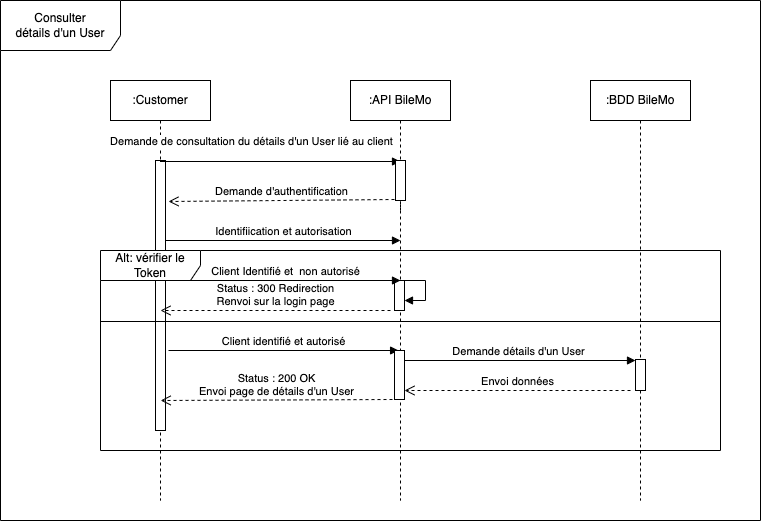
Above: _UML/D.sq_consultation_details_dun_user_BileMo.drawio.png in Fossette7/bilemo (draw.io), before the change. Source tidied: cells renumbered, new cells last; positions are measured from the earlier drawing's top-left corner, leaving out a move shared by most shapes. Source of this version:
```xml
<mxGraphModel>
  <root>
    <mxCell id="0" />
    <mxCell id="1" parent="0" />
    <mxCell id="2" value="Consulter&lt;br&gt;détails d'un User" style="shape=umlFrame;whiteSpace=wrap;html=1;width=120;height=50;" parent="1" vertex="1">
      <mxGeometry width="760" height="520" as="geometry" />
    </mxCell>
    <mxCell id="3" value=":Customer" style="shape=umlLifeline;perimeter=lifelinePerimeter;whiteSpace=wrap;html=1;" parent="1" vertex="1">
      <mxGeometry x="110" y="80" width="100" height="420" as="geometry" />
    </mxCell>
    <mxCell id="4" style="html=1;points=[];perimeter=orthogonalPerimeter;" parent="3" vertex="1">
      <mxGeometry x="45" y="80" width="10" height="270" as="geometry" />
    </mxCell>
    <mxCell id="5" value="Identifiication et autorisation" style="html=1;verticalAlign=bottom;endArrow=block;rounded=0;entryX=0;entryY=0.1;entryDx=0;entryDy=0;entryPerimeter=0;" parent="3" edge="1">
      <mxGeometry relative="1" as="geometry">
        <mxPoint x="55" y="160" as="sourcePoint" />
        <mxPoint x="290" y="160" as="targetPoint" />
      </mxGeometry>
    </mxCell>
    <mxCell id="6" value=":API BileMo" style="shape=umlLifeline;perimeter=lifelinePerimeter;whiteSpace=wrap;html=1;" parent="1" vertex="1">
      <mxGeometry x="350" y="80" width="100" height="420" as="geometry" />
    </mxCell>
    <mxCell id="7" value=":BDD BileMo" style="shape=umlLifeline;perimeter=lifelinePerimeter;whiteSpace=wrap;html=1;outlineConnect=0;" parent="1" vertex="1">
      <mxGeometry x="590" y="80" width="100" height="420" as="geometry" />
    </mxCell>
    <mxCell id="8" value="Demande de consultation du détails d'un User lié au client" style="html=1;verticalAlign=bottom;endArrow=block;rounded=0;" parent="1" edge="1">
      <mxGeometry x="-0.25" y="11" relative="1" as="geometry">
        <mxPoint x="159.5" y="161" as="sourcePoint" />
        <mxPoint x="400" y="161" as="targetPoint" />
      </mxGeometry>
    </mxCell>
    <mxCell id="9" style="html=1;points=[];perimeter=orthogonalPerimeter;" parent="1" vertex="1">
      <mxGeometry x="395" y="160" width="10" height="40" as="geometry" />
    </mxCell>
    <mxCell id="10" style="html=1;verticalAlign=bottom;endArrow=none;dashed=1;endSize=8;rounded=0;" parent="1" edge="1" target="9">
      <mxGeometry relative="1" as="geometry">
        <mxPoint x="400" y="210" as="sourcePoint" />
      </mxGeometry>
    </mxCell>
    <mxCell id="11" value="Demande d'authentification" style="html=1;verticalAlign=bottom;endArrow=open;dashed=1;endSize=8;rounded=0;entryX=0.9;entryY=0.46;entryDx=0;entryDy=0;entryPerimeter=0;" parent="1" edge="1">
      <mxGeometry relative="1" as="geometry">
        <mxPoint x="394" y="199" as="sourcePoint" />
        <mxPoint x="168" y="201" as="targetPoint" />
      </mxGeometry>
    </mxCell>
    <mxCell id="12" value="Alt: vérifier le Token" style="shape=umlFrame;whiteSpace=wrap;html=1;width=100;height=30;" parent="1" vertex="1">
      <mxGeometry x="100" y="250" width="620" height="200" as="geometry" />
    </mxCell>
    <mxCell id="13" style="html=1;points=[];perimeter=orthogonalPerimeter;" parent="1" vertex="1">
      <mxGeometry x="635" y="359" width="10" height="31" as="geometry" />
    </mxCell>
    <mxCell id="14" style="html=1;points=[];perimeter=orthogonalPerimeter;" parent="1" vertex="1">
      <mxGeometry x="394" y="280" width="10" height="30" as="geometry" />
    </mxCell>
    <mxCell id="15" style="edgeStyle=orthogonalEdgeStyle;html=1;align=left;spacingLeft=2;endArrow=block;rounded=0;entryX=1;entryY=0;" parent="1" edge="1">
      <mxGeometry relative="1" as="geometry">
        <mxPoint x="404" y="280" as="sourcePoint" />
        <mxPoint x="404" y="300" as="targetPoint" />
        <Array as="points">
          <mxPoint x="425" y="280" />
          <mxPoint x="425" y="300" />
        </Array>
      </mxGeometry>
    </mxCell>
    <mxCell id="16" value="Client Identifié et&amp;nbsp; non autorisé" style="html=1;verticalAlign=bottom;endArrow=block;rounded=0;entryX=0.6;entryY=0;entryDx=0;entryDy=0;entryPerimeter=0;" parent="1" edge="1" target="14">
      <mxGeometry relative="1" as="geometry">
        <mxPoint x="170" y="280" as="sourcePoint" />
      </mxGeometry>
    </mxCell>
    <mxCell id="17" value="Status : 300 Redirection&lt;br&gt;Renvoi sur la login page" style="html=1;verticalAlign=bottom;endArrow=open;dashed=1;endSize=8;rounded=0;" parent="1" edge="1">
      <mxGeometry relative="1" as="geometry">
        <mxPoint x="390" y="310" as="sourcePoint" />
        <mxPoint x="160" y="310" as="targetPoint" />
      </mxGeometry>
    </mxCell>
    <mxCell id="18" style="line;strokeWidth=1;fillColor=none;align=left;verticalAlign=middle;spacingTop=-1;spacingLeft=3;spacingRight=3;labelPosition=right;" parent="1" vertex="1">
      <mxGeometry x="100" y="317" width="620" height="8" as="geometry" />
    </mxCell>
    <mxCell id="19" value="Client identifié et autorisé" style="html=1;verticalAlign=bottom;endArrow=block;rounded=0;entryX=0.484;entryY=0.5;entryDx=0;entryDy=0;entryPerimeter=0;" parent="1" edge="1">
      <mxGeometry relative="1" as="geometry">
        <mxPoint x="168" y="350" as="sourcePoint" />
        <mxPoint x="398.1" y="350" as="targetPoint" />
      </mxGeometry>
    </mxCell>
    <mxCell id="20" value="Demande détails d'un User" style="html=1;verticalAlign=bottom;endArrow=block;rounded=0;" parent="1" edge="1" target="13">
      <mxGeometry relative="1" as="geometry">
        <mxPoint x="400" y="360" as="sourcePoint" />
      </mxGeometry>
    </mxCell>
    <mxCell id="21" value="Envoi données" style="html=1;verticalAlign=bottom;endArrow=open;dashed=1;endSize=8;rounded=0;" parent="1" edge="1" target="22">
      <mxGeometry relative="1" as="geometry">
        <mxPoint x="630" y="390" as="sourcePoint" />
      </mxGeometry>
    </mxCell>
    <mxCell id="22" style="html=1;points=[];perimeter=orthogonalPerimeter;" parent="1" vertex="1">
      <mxGeometry x="394" y="350" width="10" height="49" as="geometry" />
    </mxCell>
    <mxCell id="23" value="Status : 200 OK&lt;br&gt;Envoi page de détails d'un User" style="html=1;verticalAlign=bottom;endArrow=open;dashed=1;endSize=8;rounded=0;entryX=0.097;entryY=0.75;entryDx=0;entryDy=0;entryPerimeter=0;" parent="1" edge="1" target="12">
      <mxGeometry relative="1" as="geometry">
        <mxPoint x="392" y="399" as="sourcePoint" />
      </mxGeometry>
    </mxCell>
  </root>
</mxGraphModel>
```
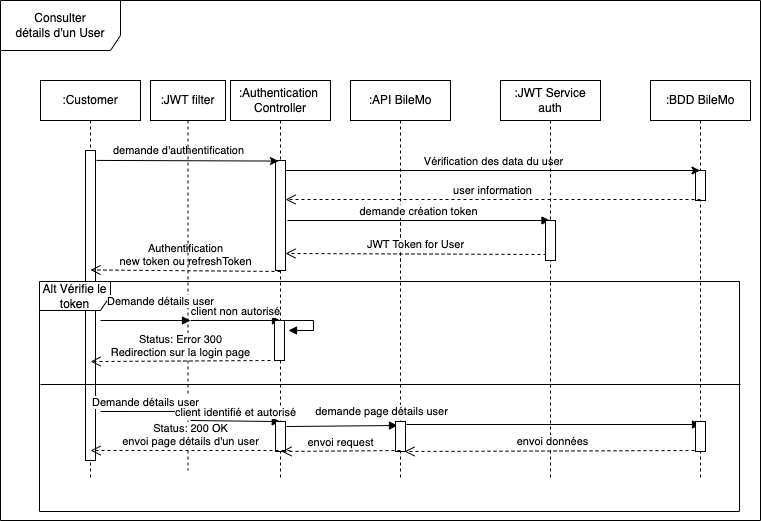
Above is the later version.

What changed in the source:
```diff
@@ -6,99 +6,158 @@
       <mxGeometry width="760" height="520" as="geometry" />
     </mxCell>
     <mxCell id="3" value=":Customer" style="shape=umlLifeline;perimeter=lifelinePerimeter;whiteSpace=wrap;html=1;" parent="1" vertex="1">
-      <mxGeometry x="110" y="80" width="100" height="420" as="geometry" />
+      <mxGeometry x="40" y="80" width="100" height="400" as="geometry" />
     </mxCell>
     <mxCell id="4" style="html=1;points=[];perimeter=orthogonalPerimeter;" parent="3" vertex="1">
-      <mxGeometry x="45" y="80" width="10" height="270" as="geometry" />
+      <mxGeometry x="45" y="70" width="10" height="310" as="geometry" />
     </mxCell>
-    <mxCell id="5" value="Identifiication et autorisation" style="html=1;verticalAlign=bottom;endArrow=block;rounded=0;entryX=0;entryY=0.1;entryDx=0;entryDy=0;entryPerimeter=0;" parent="3" edge="1">
-      <mxGeometry relative="1" as="geometry">
-        <mxPoint x="55" y="160" as="sourcePoint" />
-        <mxPoint x="290" y="160" as="targetPoint" />
-      </mxGeometry>
-    </mxCell>
     <mxCell id="6" value=":API BileMo" style="shape=umlLifeline;perimeter=lifelinePerimeter;whiteSpace=wrap;html=1;" parent="1" vertex="1">
-      <mxGeometry x="350" y="80" width="100" height="420" as="geometry" />
+      <mxGeometry x="350" y="80" width="100" height="400" as="geometry" />
     </mxCell>
     <mxCell id="7" value=":BDD BileMo" style="shape=umlLifeline;perimeter=lifelinePerimeter;whiteSpace=wrap;html=1;outlineConnect=0;" parent="1" vertex="1">
-      <mxGeometry x="590" y="80" width="100" height="420" as="geometry" />
+      <mxGeometry x="650" y="80" width="100" height="400" as="geometry" />
     </mxCell>
-    <mxCell id="8" value="Demande de consultation du détails d'un User lié au client" style="html=1;verticalAlign=bottom;endArrow=block;rounded=0;" parent="1" edge="1">
-      <mxGeometry x="-0.25" y="11" relative="1" as="geometry">
-        <mxPoint x="159.5" y="161" as="sourcePoint" />
-        <mxPoint x="400" y="161" as="targetPoint" />
-      </mxGeometry>
-    </mxCell>
-    <mxCell id="9" style="html=1;points=[];perimeter=orthogonalPerimeter;" parent="1" vertex="1">
-      <mxGeometry x="395" y="160" width="10" height="40" as="geometry" />
-    </mxCell>
+    <mxCell id="24" style="html=1;perimeter=orthogonalPerimeter;" parent="7" vertex="1">
+      <mxGeometry x="45" y="90" width="10" height="30" as="geometry" />
+    </mxCell>
-    <mxCell id="10" style="html=1;verticalAlign=bottom;endArrow=none;dashed=1;endSize=8;rounded=0;" parent="1" edge="1" target="9">
+    <mxCell id="10" style="html=1;verticalAlign=bottom;endArrow=none;dashed=1;endSize=8;rounded=0;" parent="1" edge="1">
       <mxGeometry relative="1" as="geometry">
         <mxPoint x="400" y="210" as="sourcePoint" />
+        <mxPoint x="400" y="270" as="targetPoint" />
       </mxGeometry>
     </mxCell>
-    <mxCell id="11" value="Demande d'authentification" style="html=1;verticalAlign=bottom;endArrow=open;dashed=1;endSize=8;rounded=0;entryX=0.9;entryY=0.46;entryDx=0;entryDy=0;entryPerimeter=0;" parent="1" edge="1">
-      <mxGeometry relative="1" as="geometry">
-        <mxPoint x="394" y="199" as="sourcePoint" />
-        <mxPoint x="168" y="201" as="targetPoint" />
-      </mxGeometry>
-    </mxCell>
-    <mxCell id="12" value="Alt: vérifier le Token" style="shape=umlFrame;whiteSpace=wrap;html=1;width=100;height=30;" parent="1" vertex="1">
-      <mxGeometry x="100" y="250" width="620" height="200" as="geometry" />
-    </mxCell>
-    <mxCell id="13" style="html=1;points=[];perimeter=orthogonalPerimeter;" parent="1" vertex="1">
-      <mxGeometry x="635" y="359" width="10" height="31" as="geometry" />
-    </mxCell>
-    <mxCell id="14" style="html=1;points=[];perimeter=orthogonalPerimeter;" parent="1" vertex="1">
-      <mxGeometry x="394" y="280" width="10" height="30" as="geometry" />
-    </mxCell>
-    <mxCell id="15" style="edgeStyle=orthogonalEdgeStyle;html=1;align=left;spacingLeft=2;endArrow=block;rounded=0;entryX=1;entryY=0;" parent="1" edge="1">
-      <mxGeometry relative="1" as="geometry">
-        <mxPoint x="404" y="280" as="sourcePoint" />
-        <mxPoint x="404" y="300" as="targetPoint" />
-        <Array as="points">
-          <mxPoint x="425" y="280" />
-          <mxPoint x="425" y="300" />
-        </Array>
-      </mxGeometry>
-    </mxCell>
-    <mxCell id="16" value="Client Identifié et&amp;nbsp; non autorisé" style="html=1;verticalAlign=bottom;endArrow=block;rounded=0;entryX=0.6;entryY=0;entryDx=0;entryDy=0;entryPerimeter=0;" parent="1" edge="1" target="14">
-      <mxGeometry relative="1" as="geometry">
-        <mxPoint x="170" y="280" as="sourcePoint" />
-      </mxGeometry>
-    </mxCell>
-    <mxCell id="17" value="Status : 300 Redirection&lt;br&gt;Renvoi sur la login page" style="html=1;verticalAlign=bottom;endArrow=open;dashed=1;endSize=8;rounded=0;" parent="1" edge="1">
-      <mxGeometry relative="1" as="geometry">
-        <mxPoint x="390" y="310" as="sourcePoint" />
-        <mxPoint x="160" y="310" as="targetPoint" />
-      </mxGeometry>
-    </mxCell>
-    <mxCell id="18" style="line;strokeWidth=1;fillColor=none;align=left;verticalAlign=middle;spacingTop=-1;spacingLeft=3;spacingRight=3;labelPosition=right;" parent="1" vertex="1">
-      <mxGeometry x="100" y="317" width="620" height="8" as="geometry" />
-    </mxCell>
-    <mxCell id="19" value="Client identifié et autorisé" style="html=1;verticalAlign=bottom;endArrow=block;rounded=0;entryX=0.484;entryY=0.5;entryDx=0;entryDy=0;entryPerimeter=0;" parent="1" edge="1">
-      <mxGeometry relative="1" as="geometry">
-        <mxPoint x="168" y="350" as="sourcePoint" />
-        <mxPoint x="398.1" y="350" as="targetPoint" />
-      </mxGeometry>
-    </mxCell>
-    <mxCell id="20" value="Demande détails d'un User" style="html=1;verticalAlign=bottom;endArrow=block;rounded=0;" parent="1" edge="1" target="13">
-      <mxGeometry relative="1" as="geometry">
-        <mxPoint x="400" y="360" as="sourcePoint" />
-      </mxGeometry>
-    </mxCell>
-    <mxCell id="21" value="Envoi données" style="html=1;verticalAlign=bottom;endArrow=open;dashed=1;endSize=8;rounded=0;" parent="1" edge="1" target="22">
-      <mxGeometry relative="1" as="geometry">
-        <mxPoint x="630" y="390" as="sourcePoint" />
-      </mxGeometry>
-    </mxCell>
-    <mxCell id="22" style="html=1;points=[];perimeter=orthogonalPerimeter;" parent="1" vertex="1">
-      <mxGeometry x="394" y="350" width="10" height="49" as="geometry" />
-    </mxCell>
-    <mxCell id="23" value="Status : 200 OK&lt;br&gt;Envoi page de détails d'un User" style="html=1;verticalAlign=bottom;endArrow=open;dashed=1;endSize=8;rounded=0;entryX=0.097;entryY=0.75;entryDx=0;entryDy=0;entryPerimeter=0;" parent="1" edge="1" target="12">
-      <mxGeometry relative="1" as="geometry">
-        <mxPoint x="392" y="399" as="sourcePoint" />
-      </mxGeometry>
-    </mxCell>
+    <mxCell id="25" value=":Authentication&amp;nbsp;&lt;br&gt;Controller" style="shape=umlLifeline;perimeter=lifelinePerimeter;whiteSpace=wrap;html=1;" parent="1" vertex="1">
+      <mxGeometry x="230" y="80" width="100" height="400" as="geometry" />
+    </mxCell>
+    <mxCell id="26" style="html=1;points=[];perimeter=orthogonalPerimeter;" parent="25" vertex="1">
+      <mxGeometry x="45" y="80" width="10" height="110" as="geometry" />
+    </mxCell>
+    <mxCell id="27" style="endArrow=classic;html=1;rounded=0;" parent="25" edge="1" target="7">
+      <mxGeometry relative="1" as="geometry">
+        <mxPoint x="55" y="90" as="sourcePoint" />
+      </mxGeometry>
+    </mxCell>
+    <mxCell id="28" value="Vérification des data du user" style="edgeLabel;html=1;align=center;verticalAlign=middle;" parent="27" vertex="1">
+      <mxGeometry relative="1" as="geometry">
+        <mxPoint y="-10" as="offset" />
+      </mxGeometry>
+    </mxCell>
+    <mxCell id="29" value="demande création token" style="html=1;verticalAlign=bottom;endArrow=block;rounded=0;" parent="25" edge="1" target="31">
+      <mxGeometry relative="1" as="geometry">
+        <mxPoint x="57" y="140" as="sourcePoint" />
+      </mxGeometry>
+    </mxCell>
+    <mxCell id="30" value="JWT Token for User" style="html=1;verticalAlign=bottom;endArrow=open;dashed=1;endSize=8;rounded=0;exitX=0.1;exitY=0.85;exitDx=0;exitDy=0;exitPerimeter=0;" parent="25" edge="1" source="32">
+      <mxGeometry relative="1" as="geometry">
+        <mxPoint x="55" y="173" as="targetPoint" />
+      </mxGeometry>
+    </mxCell>
+    <mxCell id="31" value=":JWT Service&lt;br&gt;auth" style="shape=umlLifeline;perimeter=lifelinePerimeter;whiteSpace=wrap;html=1;outlineConnect=0;" parent="1" vertex="1">
+      <mxGeometry x="500" y="80" width="100" height="400" as="geometry" />
+    </mxCell>
+    <mxCell id="32" style="html=1;points=[];perimeter=orthogonalPerimeter;" parent="31" vertex="1">
+      <mxGeometry x="45" y="140" width="10" height="40" as="geometry" />
+    </mxCell>
+    <mxCell id="33" style="endArrow=classic;html=1;rounded=0;entryX=0.3;entryY=0.005;entryDx=0;entryDy=0;entryPerimeter=0;exitX=1.1;exitY=0.032;exitDx=0;exitDy=0;exitPerimeter=0;" parent="1" edge="1" source="4" target="26">
+      <mxGeometry relative="1" as="geometry" />
+    </mxCell>
+    <mxCell id="34" value="demande d'authentification" style="edgeLabel;html=1;align=center;verticalAlign=middle;" parent="33" vertex="1">
+      <mxGeometry x="-0.2" y="-3" relative="1" as="geometry">
+        <mxPoint x="9" y="-14" as="offset" />
+      </mxGeometry>
+    </mxCell>
+    <mxCell id="35" value="user information" style="html=1;verticalAlign=bottom;endArrow=open;dashed=1;endSize=8;rounded=0;" parent="1" edge="1" target="26">
+      <mxGeometry relative="1" as="geometry">
+        <mxPoint x="700" y="199" as="sourcePoint" />
+      </mxGeometry>
+    </mxCell>
+    <mxCell id="36" value="Authentification&lt;br&gt;new token ou refreshToken" style="html=1;verticalAlign=bottom;endArrow=open;dashed=1;endSize=8;rounded=0;entryX=0.9;entryY=0.576;entryDx=0;entryDy=0;entryPerimeter=0;exitX=0.5;exitY=1.009;exitDx=0;exitDy=0;exitPerimeter=0;" parent="1" edge="1" source="26">
+      <mxGeometry relative="1" as="geometry">
+        <mxPoint x="90" y="269.4" as="targetPoint" />
+      </mxGeometry>
+    </mxCell>
+    <mxCell id="37" value=":JWT filter" style="shape=umlLifeline;perimeter=lifelinePerimeter;whiteSpace=wrap;html=1;" parent="1" vertex="1">
+      <mxGeometry x="150" y="80" width="75" height="390" as="geometry" />
+    </mxCell>
+    <mxCell id="38" value="Alt Vérifie le token" style="shape=umlFrame;whiteSpace=wrap;html=1;width=71;height=29;" parent="1" vertex="1">
+      <mxGeometry x="39" y="281" width="700" height="230" as="geometry" />
+    </mxCell>
+    <mxCell id="39" value="Demande détails user" style="html=1;verticalAlign=bottom;endArrow=block;rounded=0;" parent="1" edge="1">
+      <mxGeometry x="0.33" y="10" relative="1" as="geometry">
+        <mxPoint x="100" y="320" as="sourcePoint" />
+        <mxPoint x="190" y="320" as="targetPoint" />
+      </mxGeometry>
+    </mxCell>
+    <mxCell id="40" value="client non autorisé" style="html=1;verticalAlign=bottom;endArrow=block;rounded=0;" parent="1" edge="1">
+      <mxGeometry relative="1" as="geometry">
+        <mxPoint x="190" y="320" as="sourcePoint" />
+        <mxPoint x="280" y="320" as="targetPoint" />
+      </mxGeometry>
+    </mxCell>
+    <mxCell id="41" style="html=1;perimeter=orthogonalPerimeter;" parent="1" vertex="1">
+      <mxGeometry x="274" y="320" width="10" height="40" as="geometry" />
+    </mxCell>
+    <mxCell id="42" style="edgeStyle=orthogonalEdgeStyle;html=1;align=left;spacingLeft=2;endArrow=block;rounded=0;entryX=1;entryY=0;" parent="1" edge="1">
+      <mxGeometry relative="1" as="geometry">
+        <mxPoint x="283" y="320" as="sourcePoint" />
+        <mxPoint x="288" y="330" as="targetPoint" />
+        <Array as="points">
+          <mxPoint x="313" y="320" />
+        </Array>
+      </mxGeometry>
+    </mxCell>
+    <mxCell id="43" value="Status: Error 300&lt;br&gt;Redirection sur la login page" style="html=1;verticalAlign=bottom;endArrow=open;dashed=1;endSize=8;rounded=0;entryX=0.073;entryY=0.348;entryDx=0;entryDy=0;entryPerimeter=0;" parent="1" edge="1" target="38">
+      <mxGeometry relative="1" as="geometry">
+        <mxPoint x="270" y="360" as="sourcePoint" />
+      </mxGeometry>
+    </mxCell>
+    <mxCell id="44" style="line;strokeWidth=1;fillColor=none;align=left;verticalAlign=middle;spacingTop=-1;spacingLeft=3;spacingRight=3;labelPosition=right;" parent="1" vertex="1">
+      <mxGeometry x="40" y="380" width="700" height="8" as="geometry" />
+    </mxCell>
+    <mxCell id="45" value="Demande détails user" style="html=1;verticalAlign=bottom;endArrow=block;rounded=0;entryX=0.216;entryY=0.565;entryDx=0;entryDy=0;entryPerimeter=0;" parent="1" edge="1" target="38">
+      <mxGeometry relative="1" as="geometry">
+        <mxPoint x="100" y="411" as="sourcePoint" />
+      </mxGeometry>
+    </mxCell>
+    <mxCell id="46" value="client identifié et autorisé" style="html=1;verticalAlign=bottom;endArrow=block;rounded=0;entryX=0.344;entryY=0.609;entryDx=0;entryDy=0;entryPerimeter=0;" parent="1" edge="1" target="38">
+      <mxGeometry relative="1" as="geometry">
+        <mxPoint x="190" y="420" as="sourcePoint" />
+      </mxGeometry>
+    </mxCell>
+    <mxCell id="47" style="html=1;points=[];perimeter=orthogonalPerimeter;" parent="1" vertex="1">
+      <mxGeometry x="275" y="421" width="10" height="30" as="geometry" />
+    </mxCell>
+    <mxCell id="48" value="demande page détails user" style="html=1;verticalAlign=bottom;endArrow=block;rounded=0;exitX=1.1;exitY=0.167;exitDx=0;exitDy=0;exitPerimeter=0;" parent="1" edge="1" source="47">
+      <mxGeometry x="0.7" y="5" relative="1" as="geometry">
+        <mxPoint x="397" y="425" as="targetPoint" />
+      </mxGeometry>
+    </mxCell>
+    <mxCell id="49" style="html=1;points=[];perimeter=orthogonalPerimeter;" parent="1" vertex="1">
+      <mxGeometry x="395" y="421" width="10" height="30" as="geometry" />
+    </mxCell>
+    <mxCell id="50" value="envoi request" style="html=1;verticalAlign=bottom;endArrow=open;dashed=1;endSize=8;rounded=0;entryX=0.6;entryY=1;entryDx=0;entryDy=0;entryPerimeter=0;" parent="1" edge="1" target="47">
+      <mxGeometry relative="1" as="geometry">
+        <mxPoint x="400" y="450" as="sourcePoint" />
+      </mxGeometry>
+    </mxCell>
+    <mxCell id="51" style="html=1;verticalAlign=bottom;endArrow=block;rounded=0;" parent="1" edge="1">
+      <mxGeometry relative="1" as="geometry">
+        <mxPoint x="406" y="424" as="sourcePoint" />
+        <mxPoint x="700" y="424" as="targetPoint" />
+      </mxGeometry>
+    </mxCell>
+    <mxCell id="52" value="envoi données" style="html=1;verticalAlign=bottom;endArrow=open;dashed=1;endSize=8;rounded=0;entryX=0.9;entryY=1;entryDx=0;entryDy=0;entryPerimeter=0;" parent="1" edge="1" target="49">
+      <mxGeometry relative="1" as="geometry">
+        <mxPoint x="700" y="450" as="sourcePoint" />
+      </mxGeometry>
+    </mxCell>
+    <mxCell id="53" value="Status: 200 OK&lt;br&gt;envoi page détails d'un user" style="html=1;verticalAlign=bottom;endArrow=open;dashed=1;endSize=8;rounded=0;entryX=0.073;entryY=0.735;entryDx=0;entryDy=0;entryPerimeter=0;" parent="1" edge="1" target="38">
+      <mxGeometry relative="1" as="geometry">
+        <mxPoint x="290" y="450" as="sourcePoint" />
+      </mxGeometry>
+    </mxCell>
+    <mxCell id="54" style="html=1;perimeter=orthogonalPerimeter;" parent="1" vertex="1">
+      <mxGeometry x="695" y="421" width="10" height="30" as="geometry" />
+    </mxCell>
   </root>
 </mxGraphModel>
```
